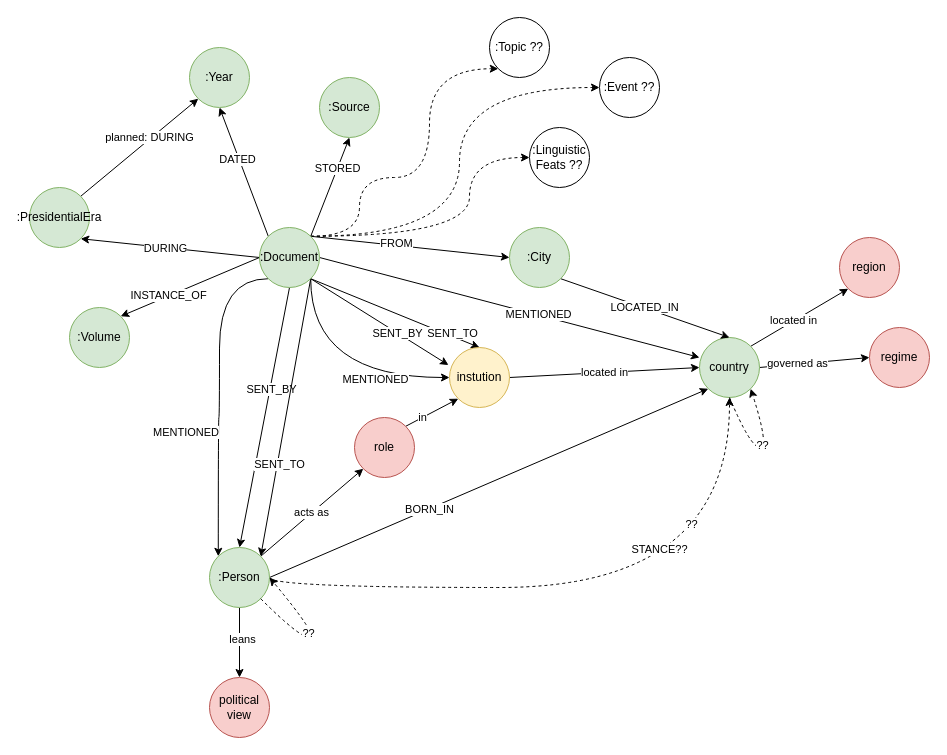
Before: frus_kg-2.drawio in gozsoy/decipher-frus, a draw.io diagram. Source tidied: cells renumbered, new cells numbered last; positions are measured from the earlier drawing's top-left corner, leaving out a move shared by most shapes. Both pictures are drawn from the tidied source at 100%, with x=0, y=0 at pixel (29, 17).
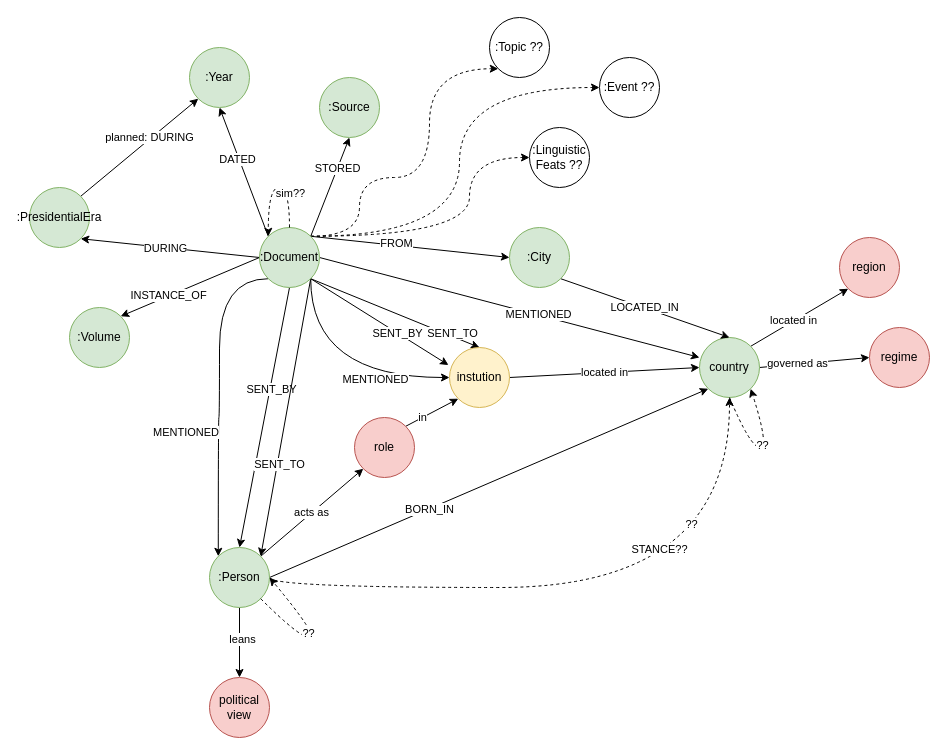
The same diagram, later.

Unchanged cells that the change refers to:
```xml
<mxCell id="29" value=":Document" style="ellipse;whiteSpace=wrap;html=1;fillColor=#d5e8d4;strokeColor=#82b366;" parent="1" vertex="1">
  <mxGeometry x="230" y="210" width="60" height="60" as="geometry" />
</mxCell>
```

Diff of the diagram source:
```diff
@@
+    <mxCell id="67" style="edgeStyle=orthogonalEdgeStyle;rounded=0;orthogonalLoop=1;jettySize=auto;html=1;exitX=0.5;exitY=0;exitDx=0;exitDy=0;curved=1;entryX=0;entryY=0;entryDx=0;entryDy=0;" parent="1" edge="1" source="29" target="29">
+      <mxGeometry relative="1" as="geometry">
+        <Array as="points">
+          <mxPoint x="260" y="219" />
+        </Array>
+      </mxGeometry>
+    </mxCell>
@@
+    <mxCell id="68" style="edgeStyle=orthogonalEdgeStyle;curved=1;rounded=0;orthogonalLoop=1;jettySize=auto;html=1;exitX=0.5;exitY=0;exitDx=0;exitDy=0;entryX=0;entryY=0;entryDx=0;entryDy=0;dashed=1;" parent="1" edge="1" source="29" target="29">
+      <mxGeometry relative="1" as="geometry">
+        <Array as="points">
+          <mxPoint x="260" y="170" />
+          <mxPoint x="239" y="170" />
+        </Array>
+      </mxGeometry>
+    </mxCell>
+    <mxCell id="69" value="sim??" style="edgeLabel;html=1;align=center;verticalAlign=middle;" parent="68" vertex="1">
+      <mxGeometry x="-0.37" relative="1" as="geometry" />
+    </mxCell>
```
